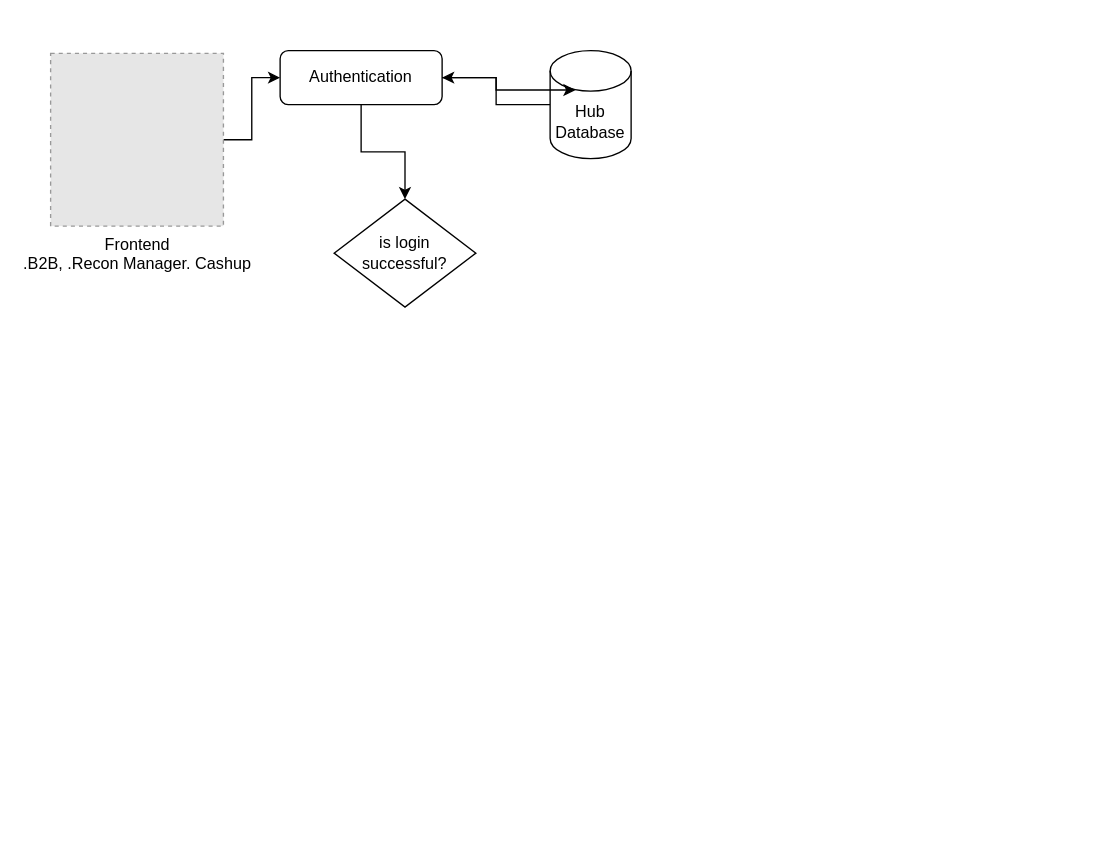
Above: Untitled Diagram.drawio in mugabira/Sovtech-Frontend (draw.io), before the change. Source tidied: cells renumbered, new cells numbered last; positions are measured from the earlier drawing's top-left corner, leaving out a move shared by most shapes. Both pictures are drawn from the tidied source at 135%, with x=0, y=0 at pixel (50, 50). Pictures stored in the file or linked from it are replaced by grey dashed boxes.
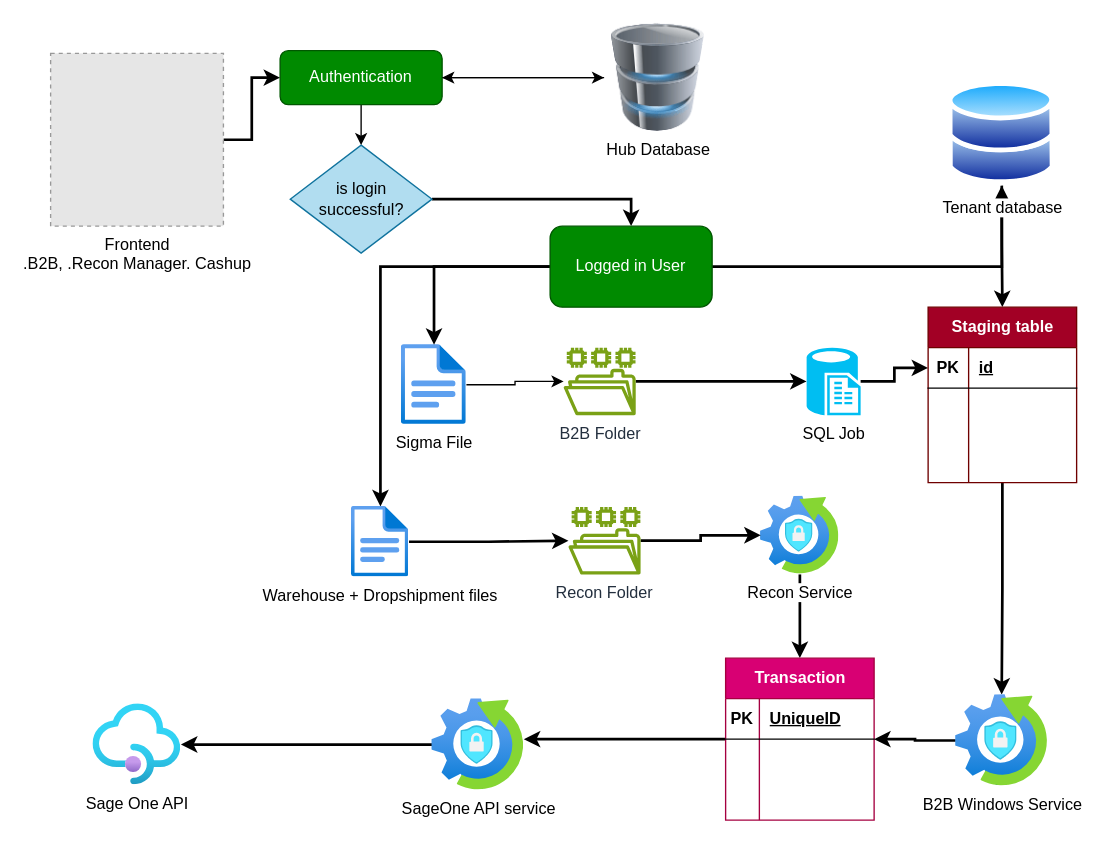
The same page after the edit.

Unchanged cells that the change refers to:
```xml
<mxCell id="3" value="Frontend&lt;br&gt;.B2B, .Recon Manager. Cashup" style="fillColor=#E6E6E6;strokeColor=#999999;dashed=1;html=1;verticalAlign=top;verticalLabelPosition=bottom;labelBackgroundColor=#ffffff;" parent="1" vertex="1">
  <mxGeometry y="2" width="128" height="128" as="geometry" />
</mxCell>
```

What changed in the source:
```diff
@@
-    <mxCell id="2" style="edgeStyle=orthogonalEdgeStyle;rounded=0;jettySize=auto;html=1;" parent="1" edge="1" source="3" target="8">
+    <mxCell id="2" style="edgeStyle=orthogonalEdgeStyle;rounded=0;jettySize=auto;html=1;flowAnimation=1;strokeWidth=2;" parent="1" edge="1" source="3" target="8">
       <mxGeometry relative="1" as="geometry" />
     </mxCell>
@@
+    <mxCell id="10" style="edgeStyle=orthogonalEdgeStyle;rounded=0;jettySize=auto;html=1;entryX=0.5;entryY=0;entryDx=0;entryDy=0;flowAnimation=1;strokeWidth=2;" parent="1" edge="1" source="6" target="18">
+      <mxGeometry relative="1" as="geometry" />
+    </mxCell>
+    <mxCell id="6" value="is login successful?" style="rhombus;whiteSpace=wrap;html=1;fillColor=#b1ddf0;strokeColor=#10739e;" parent="1" vertex="1">
+      <mxGeometry x="177.5" y="70" width="105" height="80" as="geometry" />
+    </mxCell>
+    <mxCell id="7" style="edgeStyle=orthogonalEdgeStyle;rounded=0;jettySize=auto;html=1;" parent="1" edge="1" source="8" target="6">
+      <mxGeometry relative="1" as="geometry" />
+    </mxCell>
+    <mxCell id="9" style="edgeStyle=orthogonalEdgeStyle;rounded=0;jettySize=auto;html=1;" parent="1" edge="1" source="8" target="5">
+      <mxGeometry relative="1" as="geometry" />
+    </mxCell>
+    <mxCell id="8" value="Authentication" style="rounded=1;whiteSpace=wrap;html=1;fillColor=#008a00;fontColor=#ffffff;strokeColor=#005700;" parent="1" vertex="1">
+      <mxGeometry x="170" width="120" height="40" as="geometry" />
+    </mxCell>
+    <mxCell id="11" style="edgeStyle=orthogonalEdgeStyle;rounded=0;jettySize=auto;html=1;flowAnimation=1;strokeWidth=2;" parent="1" edge="1" source="12" target="20">
+      <mxGeometry relative="1" as="geometry" />
+    </mxCell>
+    <mxCell id="12" value="B2B Folder" style="sketch=0;outlineConnect=0;fontColor=#232F3E;gradientColor=none;fillColor=light-dark(#7AA116,#300EB4);strokeColor=none;dashed=0;verticalLabelPosition=bottom;verticalAlign=top;align=center;html=1;fontSize=12;fontStyle=0;shape=mxgraph.aws4.file_system;" parent="1" vertex="1">
+      <mxGeometry x="380" y="220" width="53.4" height="50" as="geometry" />
+    </mxCell>
+    <mxCell id="13" style="edgeStyle=orthogonalEdgeStyle;rounded=0;jettySize=auto;html=1;" parent="1" edge="1" source="14" target="12">
+      <mxGeometry relative="1" as="geometry" />
+    </mxCell>
+    <mxCell id="14" value="Sigma File" style="image;html=1;points=[];align=center;fontSize=12;image=img/lib/azure2/general/File.svg;" parent="1" vertex="1">
+      <mxGeometry x="260" y="217.9" width="48" height="59.1" as="geometry" />
+    </mxCell>
+    <mxCell id="15" style="edgeStyle=orthogonalEdgeStyle;rounded=0;jettySize=auto;html=1;flowAnimation=1;strokeWidth=2;" parent="1" edge="1" source="18" target="14">
+      <mxGeometry relative="1" as="geometry" />
+    </mxCell>
+    <mxCell id="16" style="edgeStyle=orthogonalEdgeStyle;rounded=0;jettySize=auto;html=1;flowAnimation=1;strokeWidth=2;" parent="1" edge="1" source="18" target="22">
+      <mxGeometry relative="1" as="geometry" />
+    </mxCell>
+    <mxCell id="17" style="edgeStyle=orthogonalEdgeStyle;rounded=0;jettySize=auto;html=1;flowAnimation=1;strokeWidth=2;" parent="1" edge="1" source="18" target="56">
+      <mxGeometry relative="1" as="geometry" />
+    </mxCell>
+    <mxCell id="18" value="Logged in User" style="rounded=1;whiteSpace=wrap;html=1;fillColor=#008a00;fontColor=#ffffff;strokeColor=#005700;" parent="1" vertex="1">
+      <mxGeometry x="370" y="130" width="120" height="60" as="geometry" />
+    </mxCell>
+    <mxCell id="19" style="edgeStyle=orthogonalEdgeStyle;rounded=0;jettySize=auto;html=1;flowAnimation=1;strokeWidth=2;" parent="1" edge="1" source="20" target="25">
+      <mxGeometry relative="1" as="geometry" />
+    </mxCell>
+    <mxCell id="20" value="SQL Job" style="verticalLabelPosition=bottom;html=1;verticalAlign=top;align=center;strokeColor=none;fillColor=#00BEF2;shape=mxgraph.azure.sql_reporting;" parent="1" vertex="1">
+      <mxGeometry x="560" y="220" width="40" height="50" as="geometry" />
+    </mxCell>
+    <mxCell id="21" style="edgeStyle=orthogonalEdgeStyle;rounded=0;jettySize=auto;html=1;flowAnimation=1;strokeWidth=2;" parent="1" edge="1" source="22" target="24">
+      <mxGeometry relative="1" as="geometry" />
+    </mxCell>
+    <mxCell id="22" value="Tenant database" style="image;perimeter=ellipsePerimeter;html=1;align=center;shadow=0;dashed=0;spacingTop=3;image=img/lib/active_directory/databases.svg;" parent="1" vertex="1">
+      <mxGeometry x="665" y="22.5" width="79.1" height="77.5" as="geometry" />
+    </mxCell>
+    <mxCell id="23" style="edgeStyle=orthogonalEdgeStyle;rounded=0;jettySize=auto;html=1;flowAnimation=1;strokeWidth=2;" parent="1" edge="1" source="24" target="38">
+      <mxGeometry relative="1" as="geometry" />
+    </mxCell>
+    <mxCell id="24" value="Staging table" style="shape=table;startSize=30;childLayout=tableLayout;rowLines=0;fontStyle=1;align=center;html=1;fillColor=#a20025;fontColor=#ffffff;strokeColor=#6F0000;gradientColor=none;" parent="1" vertex="1">
+      <mxGeometry x="650" y="190" width="110" height="130" as="geometry" />
+    </mxCell>
+    <mxCell id="25" style="shape=tableRow;horizontal=0;startSize=0;swimlaneHead=0;swimlaneBody=0;fillColor=none;points=[[0,0.5],[1,0.5]];portConstraint=eastwest;top=0;left=0;right=0;bottom=1;" parent="24" vertex="1">
+      <mxGeometry y="30" width="110" height="30" as="geometry" />
+    </mxCell>
+    <mxCell id="26" value="PK" style="shape=partialRectangle;fillColor=none;top=0;left=0;bottom=0;right=0;fontStyle=1;overflow=hidden;whiteSpace=wrap;html=1;" parent="25" vertex="1">
+      <mxGeometry width="30" height="30" as="geometry" />
+    </mxCell>
+    <mxCell id="27" value="id" style="shape=partialRectangle;fillColor=none;top=0;left=0;bottom=0;right=0;align=left;spacingLeft=6;fontStyle=5;overflow=hidden;whiteSpace=wrap;html=1;" parent="25" vertex="1">
+      <mxGeometry x="30" width="80" height="30" as="geometry" />
+    </mxCell>
+    <mxCell id="28" style="shape=tableRow;horizontal=0;startSize=0;swimlaneHead=0;swimlaneBody=0;fillColor=none;top=0;left=0;right=0;bottom=0;" parent="24" vertex="1">
+      <mxGeometry y="60" width="110" height="20" as="geometry" />
+    </mxCell>
+    <mxCell id="29" style="shape=partialRectangle;fillColor=none;top=0;left=0;bottom=0;right=0;overflow=hidden;whiteSpace=wrap;html=1;" parent="28" vertex="1">
+      <mxGeometry width="30" height="20" as="geometry" />
+    </mxCell>
+    <mxCell id="30" style="shape=partialRectangle;fillColor=none;top=0;left=0;bottom=0;right=0;align=left;spacingLeft=6;overflow=hidden;whiteSpace=wrap;html=1;" parent="28" vertex="1">
+      <mxGeometry x="30" width="80" height="20" as="geometry" />
+    </mxCell>
+    <mxCell id="31" style="shape=tableRow;horizontal=0;startSize=0;swimlaneHead=0;swimlaneBody=0;fillColor=none;top=0;left=0;right=0;bottom=0;" parent="24" vertex="1">
+      <mxGeometry y="80" width="110" height="20" as="geometry" />
+    </mxCell>
+    <mxCell id="32" style="shape=partialRectangle;fillColor=none;top=0;left=0;bottom=0;right=0;overflow=hidden;whiteSpace=wrap;html=1;" parent="31" vertex="1">
+      <mxGeometry width="30" height="20" as="geometry" />
+    </mxCell>
+    <mxCell id="33" style="shape=partialRectangle;fillColor=none;top=0;left=0;bottom=0;right=0;align=left;spacingLeft=6;overflow=hidden;whiteSpace=wrap;html=1;" parent="31" vertex="1">
+      <mxGeometry x="30" width="80" height="20" as="geometry" />
+    </mxCell>
+    <mxCell id="34" style="shape=tableRow;horizontal=0;startSize=0;swimlaneHead=0;swimlaneBody=0;fillColor=none;top=0;left=0;right=0;bottom=0;" parent="24" vertex="1">
+      <mxGeometry y="100" width="110" height="30" as="geometry" />
+    </mxCell>
+    <mxCell id="35" style="shape=partialRectangle;fillColor=none;top=0;left=0;bottom=0;right=0;overflow=hidden;whiteSpace=wrap;html=1;" parent="34" vertex="1">
+      <mxGeometry width="30" height="30" as="geometry" />
+    </mxCell>
+    <mxCell id="36" style="shape=partialRectangle;fillColor=none;top=0;left=0;bottom=0;right=0;align=left;spacingLeft=6;overflow=hidden;whiteSpace=wrap;html=1;" parent="34" vertex="1">
+      <mxGeometry x="30" width="80" height="30" as="geometry" />
+    </mxCell>
+    <mxCell id="37" style="edgeStyle=orthogonalEdgeStyle;rounded=0;jettySize=auto;html=1;flowAnimation=1;strokeWidth=2;" parent="1" edge="1" source="38" target="44">
+      <mxGeometry relative="1" as="geometry" />
+    </mxCell>
+    <mxCell id="38" value="B2B Windows Service" style="image;html=1;points=[];align=center;fontSize=12;image=img/lib/azure2/iot/Windows10_Core_Services.svg;" parent="1" vertex="1">
+      <mxGeometry x="670.5" y="477" width="68" height="68" as="geometry" />
+    </mxCell>
+    <mxCell id="39" style="edgeStyle=orthogonalEdgeStyle;rounded=0;jettySize=auto;html=1;flowAnimation=1;strokeWidth=2;" parent="1" edge="1" source="40" target="44">
+      <mxGeometry relative="1" as="geometry" />
+    </mxCell>
+    <mxCell id="40" value="Recon Service" style="image;html=1;points=[];align=center;fontSize=12;image=img/lib/azure2/iot/Windows10_Core_Services.svg;" parent="1" vertex="1">
+      <mxGeometry x="526" y="330" width="58" height="58" as="geometry" />
+    </mxCell>
+    <mxCell id="41" style="edgeStyle=orthogonalEdgeStyle;rounded=0;jettySize=auto;html=1;flowAnimation=1;strokeWidth=2;" parent="1" edge="1" source="42" target="54">
+      <mxGeometry relative="1" as="geometry" />
+    </mxCell>
+    <mxCell id="42" value="SageOne API service" style="image;html=1;points=[];align=center;fontSize=12;image=img/lib/azure2/iot/Windows10_Core_Services.svg;" parent="1" vertex="1">
+      <mxGeometry x="282.5" y="480" width="68" height="68" as="geometry" />
+    </mxCell>
+    <mxCell id="43" style="edgeStyle=orthogonalEdgeStyle;rounded=0;jettySize=auto;html=1;flowAnimation=1;strokeWidth=2;" parent="1" edge="1" source="44" target="42">
+      <mxGeometry relative="1" as="geometry">
+        <Array as="points">
+          <mxPoint x="610" y="510" />
+          <mxPoint x="342" y="510" />
+        </Array>
+      </mxGeometry>
+    </mxCell>
+    <mxCell id="44" value="Transaction" style="shape=table;startSize=30;childLayout=tableLayout;rowLines=0;fontStyle=1;align=center;html=1;fillColor=#d80073;fontColor=#ffffff;strokeColor=#A50040;" parent="1" vertex="1">
+      <mxGeometry x="500" y="450" width="110" height="120" as="geometry" />
+    </mxCell>
+    <mxCell id="45" style="shape=tableRow;horizontal=0;startSize=0;swimlaneHead=0;swimlaneBody=0;fillColor=none;top=0;left=0;right=0;bottom=1;" parent="44" vertex="1">
+      <mxGeometry y="30" width="110" height="30" as="geometry" />
+    </mxCell>
+    <mxCell id="46" value="PK" style="shape=partialRectangle;fillColor=none;top=0;left=0;bottom=0;right=0;fontStyle=1;overflow=hidden;whiteSpace=wrap;html=1;" parent="45" vertex="1">
+      <mxGeometry width="25" height="30" as="geometry" />
+    </mxCell>
+    <mxCell id="47" value="UniqueID" style="shape=partialRectangle;fillColor=none;top=0;left=0;bottom=0;right=0;align=left;spacingLeft=6;fontStyle=5;overflow=hidden;whiteSpace=wrap;html=1;" parent="45" vertex="1">
+      <mxGeometry x="25" width="85" height="30" as="geometry" />
+    </mxCell>
+    <mxCell id="48" style="shape=tableRow;horizontal=0;startSize=0;swimlaneHead=0;swimlaneBody=0;fillColor=none;top=0;left=0;right=0;bottom=0;" parent="44" vertex="1">
+      <mxGeometry y="60" width="110" height="30" as="geometry" />
+    </mxCell>
+    <mxCell id="49" style="shape=partialRectangle;fillColor=none;top=0;left=0;bottom=0;right=0;overflow=hidden;whiteSpace=wrap;html=1;" parent="48" vertex="1">
+      <mxGeometry width="25" height="30" as="geometry" />
+    </mxCell>
+    <mxCell id="50" style="shape=partialRectangle;fillColor=none;top=0;left=0;bottom=0;right=0;align=left;spacingLeft=6;overflow=hidden;whiteSpace=wrap;html=1;" parent="48" vertex="1">
+      <mxGeometry x="25" width="85" height="30" as="geometry" />
+    </mxCell>
+    <mxCell id="51" style="shape=tableRow;horizontal=0;startSize=0;swimlaneHead=0;swimlaneBody=0;fillColor=none;top=0;left=0;right=0;bottom=0;" parent="44" vertex="1">
+      <mxGeometry y="90" width="110" height="30" as="geometry" />
+    </mxCell>
+    <mxCell id="52" style="shape=partialRectangle;fillColor=none;top=0;left=0;bottom=0;right=0;overflow=hidden;whiteSpace=wrap;html=1;" parent="51" vertex="1">
+      <mxGeometry width="25" height="30" as="geometry" />
+    </mxCell>
+    <mxCell id="53" style="shape=partialRectangle;fillColor=none;top=0;left=0;bottom=0;right=0;align=left;spacingLeft=6;overflow=hidden;whiteSpace=wrap;html=1;" parent="51" vertex="1">
+      <mxGeometry x="25" width="85" height="30" as="geometry" />
+    </mxCell>
+    <mxCell id="54" value="Sage One API" style="image;html=1;points=[];align=center;fontSize=12;image=img/lib/azure2/app_services/API_Management_Services.svg;" parent="1" vertex="1">
+      <mxGeometry x="31.5" y="484" width="65" height="60" as="geometry" />
+    </mxCell>
+    <mxCell id="55" style="edgeStyle=orthogonalEdgeStyle;rounded=0;jettySize=auto;html=1;flowAnimation=1;strokeWidth=2;" parent="1" edge="1" source="56" target="58">
+      <mxGeometry relative="1" as="geometry" />
+    </mxCell>
+    <mxCell id="56" value="Warehouse + Dropshipment files" style="image;html=1;points=[];align=center;fontSize=12;image=img/lib/azure2/general/File.svg;" parent="1" vertex="1">
+      <mxGeometry x="223" y="337.6" width="42.5" height="52.4" as="geometry" />
+    </mxCell>
+    <mxCell id="57" style="edgeStyle=orthogonalEdgeStyle;rounded=0;jettySize=auto;html=1;flowAnimation=1;strokeWidth=2;" parent="1" edge="1" source="58" target="40">
+      <mxGeometry relative="1" as="geometry" />
+    </mxCell>
+    <mxCell id="58" value="Recon Folder" style="sketch=0;outlineConnect=0;fontColor=#232F3E;gradientColor=none;fillColor=light-dark(#7AA116,#300EB4);strokeColor=none;dashed=0;verticalLabelPosition=bottom;verticalAlign=top;align=center;html=1;fontSize=12;fontStyle=0;shape=mxgraph.aws4.file_system;" parent="1" vertex="1">
+      <mxGeometry x="383.6" y="338" width="53.4" height="50" as="geometry" />
+    </mxCell>
-    <mxCell id="4" style="edgeStyle=orthogonalEdgeStyle;rounded=0;jettySize=auto;html=1;" parent="1" edge="1" source="5" target="8">
+    <mxCell id="4" style="edgeStyle=orthogonalEdgeStyle;rounded=0;jettySize=auto;html=1;flowAnimation=1;" parent="1" edge="1" source="5" target="8">
       <mxGeometry relative="1" as="geometry" />
     </mxCell>
-    <mxCell id="5" value="Hub Database" style="shape=cylinder3;whiteSpace=wrap;html=1;boundedLbl=1;backgroundOutline=1;size=15;" parent="1" vertex="1">
-      <mxGeometry x="370" width="60" height="80" as="geometry" />
+    <mxCell id="5" value="Hub Database" style="image;html=1;image=img/lib/clip_art/computers/Database_128x128.png;" parent="1" vertex="1">
+      <mxGeometry x="410" y="-20" width="80" height="80" as="geometry" />
     </mxCell>
-    <mxCell id="6" value="is login successful?" style="rhombus;whiteSpace=wrap;html=1;" parent="1" vertex="1">
-      <mxGeometry x="210" y="110" width="105" height="80" as="geometry" />
-    </mxCell>
-    <mxCell id="7" style="edgeStyle=orthogonalEdgeStyle;rounded=0;jettySize=auto;html=1;" parent="1" edge="1" source="8" target="6">
-      <mxGeometry relative="1" as="geometry" />
-    </mxCell>
-    <mxCell id="8" value="Authentication" style="rounded=1;whiteSpace=wrap;html=1;" parent="1" vertex="1">
-      <mxGeometry x="170" width="120" height="40" as="geometry" />
-    </mxCell>
-    <mxCell id="9" style="edgeStyle=orthogonalEdgeStyle;rounded=0;jettySize=auto;html=1;entryX=0.313;entryY=0.365;entryDx=0;entryDy=0;entryPerimeter=0;" parent="1" edge="1" source="8" target="5">
-      <mxGeometry relative="1" as="geometry" />
-    </mxCell>
```
